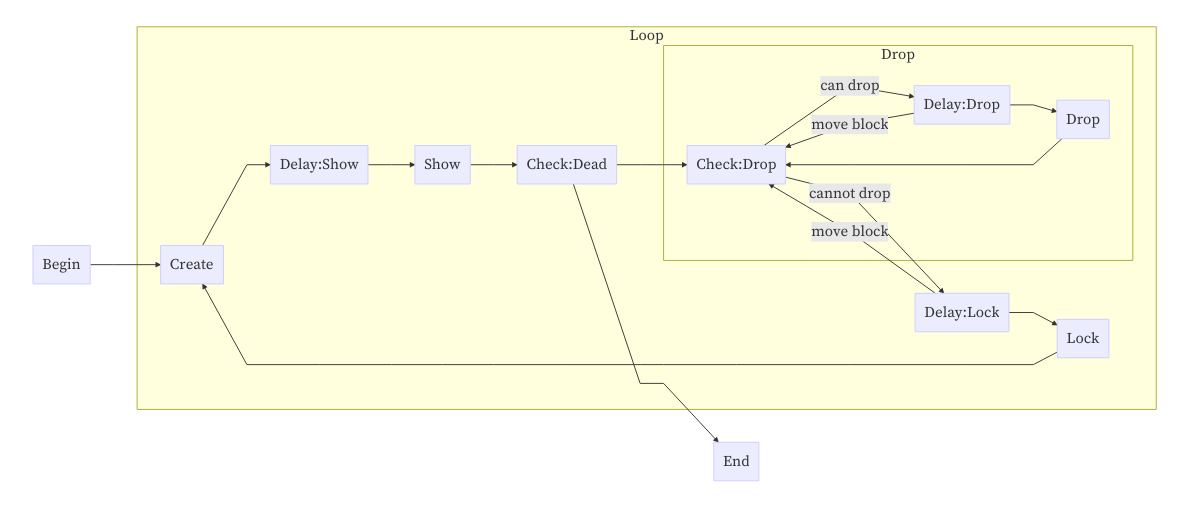
The Mermaid diagram engine.mmd.png in intris/design, before a commit. Its source is kept beside it as engine.mmd.
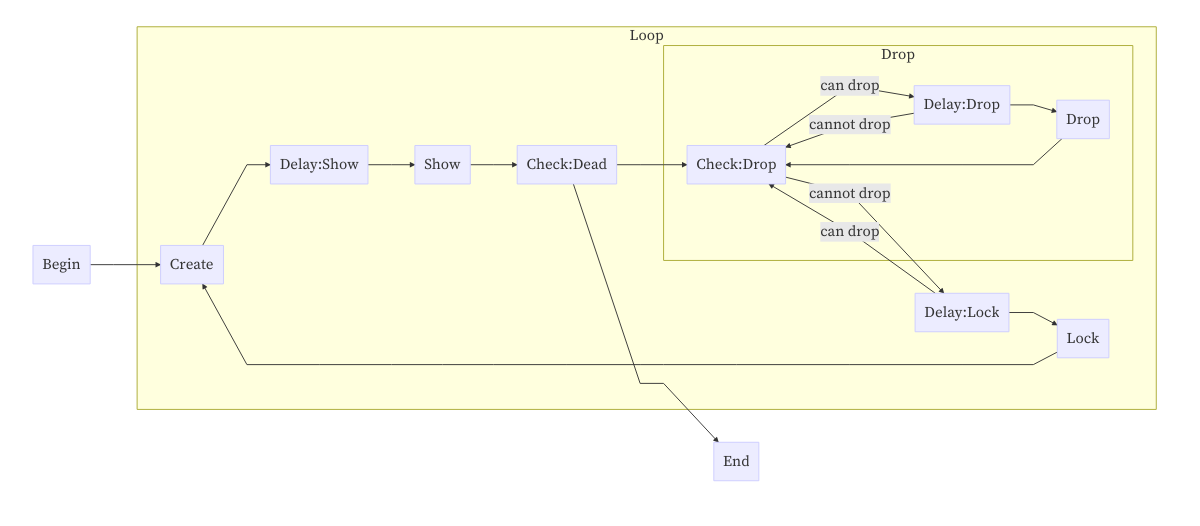
The same diagram one commit later.

The edit, as a diff of the source:
```diff
@@ -9,10 +9,10 @@
       Check:Drop -- can drop --> Delay:Drop
       Delay:Drop --> Drop
       Drop --> Check:Drop
-      Delay:Drop -- move block --> Check:Drop
+      Delay:Drop -- cannot drop --> Check:Drop
     end
     Check:Drop -- cannot drop --> Delay:Lock
-    Delay:Lock -- move block --> Check:Drop
+    Delay:Lock -- can drop --> Check:Drop
     Delay:Lock --> Lock
     Lock --> Create
   end
```
